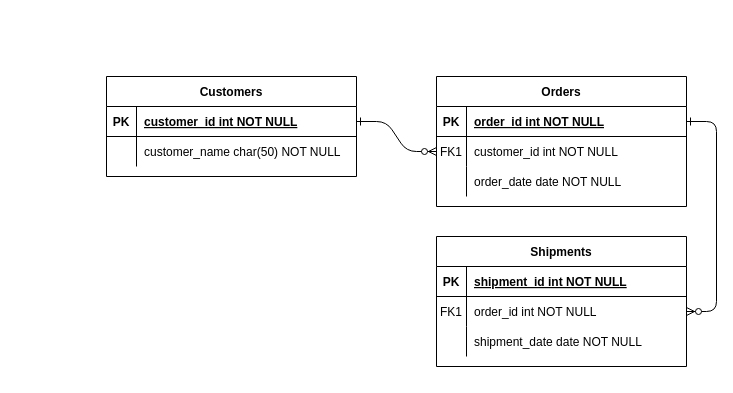
Lsscr/news_admin_manager keeps this draw.io diagram as xiaomi.drawio. Above is the earlier version. Source tidied: cells renumbered, new cells numbered last; positions are measured from the earlier drawing's top-left corner, leaving out a move shared by most shapes. Both pictures are drawn from the tidied source at 100%, with x=0, y=0 at pixel (106, 76).
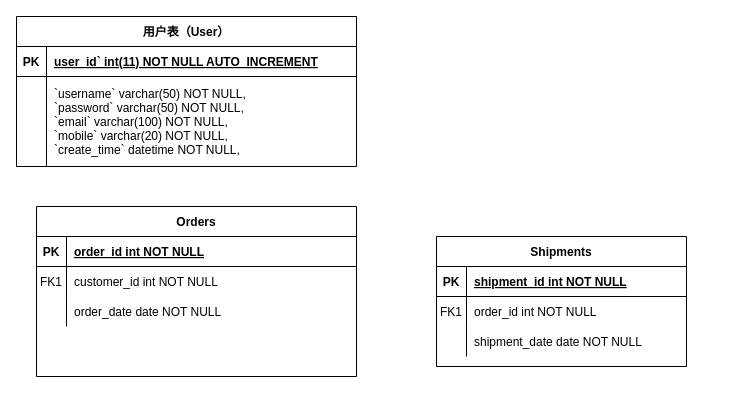
The same page after the edit.

The change refers to these unchanged cells:
```xml
<mxCell id="18" style="shape=partialRectangle;fillColor=none;points=[[0,0.5],[1,0.5]];portConstraint=eastwest;top=0;left=0;right=0;bottom=0;" parent="14" vertex="1">
  <mxGeometry y="60" width="250" height="30" as="geometry" />
</mxCell>
```

Change to the diagram source:
```diff
@@
-    <mxCell id="2" style="edgeStyle=entityRelationEdgeStyle;endArrow=ERzeroToMany;startArrow=ERone;endFill=1;startFill=0;" parent="1" edge="1" source="25" target="8">
-      <mxGeometry relative="1" as="geometry" />
-    </mxCell>
-    <mxCell id="3" style="edgeStyle=entityRelationEdgeStyle;endArrow=ERzeroToMany;startArrow=ERone;endFill=1;startFill=0;" parent="1" edge="1" source="5" target="18">
-      <mxGeometry relative="1" as="geometry" />
-    </mxCell>
     <mxCell id="4" value="Orders" style="shape=table;startSize=30;childLayout=tableLayout;rowLines=0;fontStyle=1;align=center;" parent="1" vertex="1">
-      <mxGeometry x="330" width="250" height="130" as="geometry" />
+      <mxGeometry x="-70" y="130" width="320" height="170" as="geometry" />
     </mxCell>
     <mxCell id="5" style="shape=partialRectangle;fillColor=none;points=[[0,0.5],[1,0.5]];portConstraint=eastwest;top=0;left=0;right=0;bottom=1;" parent="4" vertex="1">
-      <mxGeometry y="30" width="250" height="30" as="geometry" />
+      <mxGeometry y="30" width="320" height="30" as="geometry" />
     </mxCell>
@@
     <mxCell id="7" value="order_id int NOT NULL " style="shape=partialRectangle;overflow=hidden;fillColor=none;top=0;left=0;bottom=0;right=0;align=left;spacingLeft=6;fontStyle=5;" parent="5" vertex="1">
-      <mxGeometry x="30" width="220" height="30" as="geometry" />
+      <mxGeometry x="30" width="290" height="30" as="geometry" />
     </mxCell>
     <mxCell id="8" style="shape=partialRectangle;fillColor=none;points=[[0,0.5],[1,0.5]];portConstraint=eastwest;top=0;left=0;right=0;bottom=0;" parent="4" vertex="1">
-      <mxGeometry y="60" width="250" height="30" as="geometry" />
+      <mxGeometry y="60" width="320" height="30" as="geometry" />
     </mxCell>
@@
     <mxCell id="10" value="customer_id int NOT NULL" style="shape=partialRectangle;overflow=hidden;fillColor=none;top=0;left=0;bottom=0;right=0;align=left;spacingLeft=6;" parent="8" vertex="1">
-      <mxGeometry x="30" width="220" height="30" as="geometry" />
+      <mxGeometry x="30" width="290" height="30" as="geometry" />
     </mxCell>
     <mxCell id="11" style="shape=partialRectangle;fillColor=none;top=0;left=0;right=0;bottom=0;" parent="4" vertex="1">
-      <mxGeometry y="90" width="250" height="30" as="geometry" />
+      <mxGeometry y="90" width="320" height="30" as="geometry" />
     </mxCell>
@@
     <mxCell id="13" value="order_date date NOT NULL" style="shape=partialRectangle;overflow=hidden;fillColor=none;top=0;left=0;bottom=0;right=0;align=left;spacingLeft=6;" parent="11" vertex="1">
-      <mxGeometry x="30" width="220" height="30" as="geometry" />
+      <mxGeometry x="30" width="290" height="30" as="geometry" />
     </mxCell>
@@
-    <mxCell id="24" value="Customers" style="shape=table;startSize=30;childLayout=tableLayout;rowLines=0;fontStyle=1;align=center;" parent="1" vertex="1">
-      <mxGeometry width="250" height="100" as="geometry" />
+    <mxCell id="24" value="用户表（User）" style="shape=table;startSize=30;childLayout=tableLayout;rowLines=0;fontStyle=1;align=center;" parent="1" vertex="1">
+      <mxGeometry x="-90" y="-60" width="340" height="150" as="geometry" />
     </mxCell>
     <mxCell id="25" style="shape=partialRectangle;fillColor=none;points=[[0,0.5],[1,0.5]];portConstraint=eastwest;top=0;left=0;right=0;bottom=1;" parent="24" vertex="1">
-      <mxGeometry y="30" width="250" height="30" as="geometry" />
+      <mxGeometry y="30" width="340" height="30" as="geometry" />
     </mxCell>
@@
-    <mxCell id="27" value="customer_id int NOT NULL " style="shape=partialRectangle;overflow=hidden;fillColor=none;top=0;left=0;bottom=0;right=0;align=left;spacingLeft=6;fontStyle=5;" parent="25" vertex="1">
-      <mxGeometry x="30" width="220" height="30" as="geometry" />
+    <mxCell id="27" value="user_id` int(11) NOT NULL AUTO_INCREMENT" style="shape=partialRectangle;overflow=hidden;fillColor=none;top=0;left=0;bottom=0;right=0;align=left;spacingLeft=6;fontStyle=5;" parent="25" vertex="1">
+      <mxGeometry x="30" width="310" height="30" as="geometry" />
     </mxCell>
     <mxCell id="28" style="shape=partialRectangle;fillColor=none;top=0;left=0;right=0;bottom=0;" parent="24" vertex="1">
-      <mxGeometry y="60" width="250" height="30" as="geometry" />
+      <mxGeometry y="60" width="340" height="90" as="geometry" />
     </mxCell>
     <mxCell id="29" style="shape=partialRectangle;overflow=hidden;fillColor=none;top=0;left=0;bottom=0;right=0;" parent="28" vertex="1">
-      <mxGeometry width="30" height="30" as="geometry" />
+      <mxGeometry width="30" height="90" as="geometry" />
     </mxCell>
-    <mxCell id="30" value="customer_name char(50) NOT NULL" style="shape=partialRectangle;overflow=hidden;fillColor=none;top=0;left=0;bottom=0;right=0;align=left;spacingLeft=6;" parent="28" vertex="1">
-      <mxGeometry x="30" width="220" height="30" as="geometry" />
+    <mxCell id="30" value="`username` varchar(50) NOT NULL,&#10;  `password` varchar(50) NOT NULL,&#10;  `email` varchar(100) NOT NULL,&#10;  `mobile` varchar(20) NOT NULL,&#10;  `create_time` datetime NOT NULL," style="shape=partialRectangle;overflow=hidden;fillColor=none;top=0;left=0;bottom=0;right=0;align=left;spacingLeft=6;" parent="28" vertex="1">
+      <mxGeometry x="30" width="310" height="90" as="geometry" />
     </mxCell>
```
